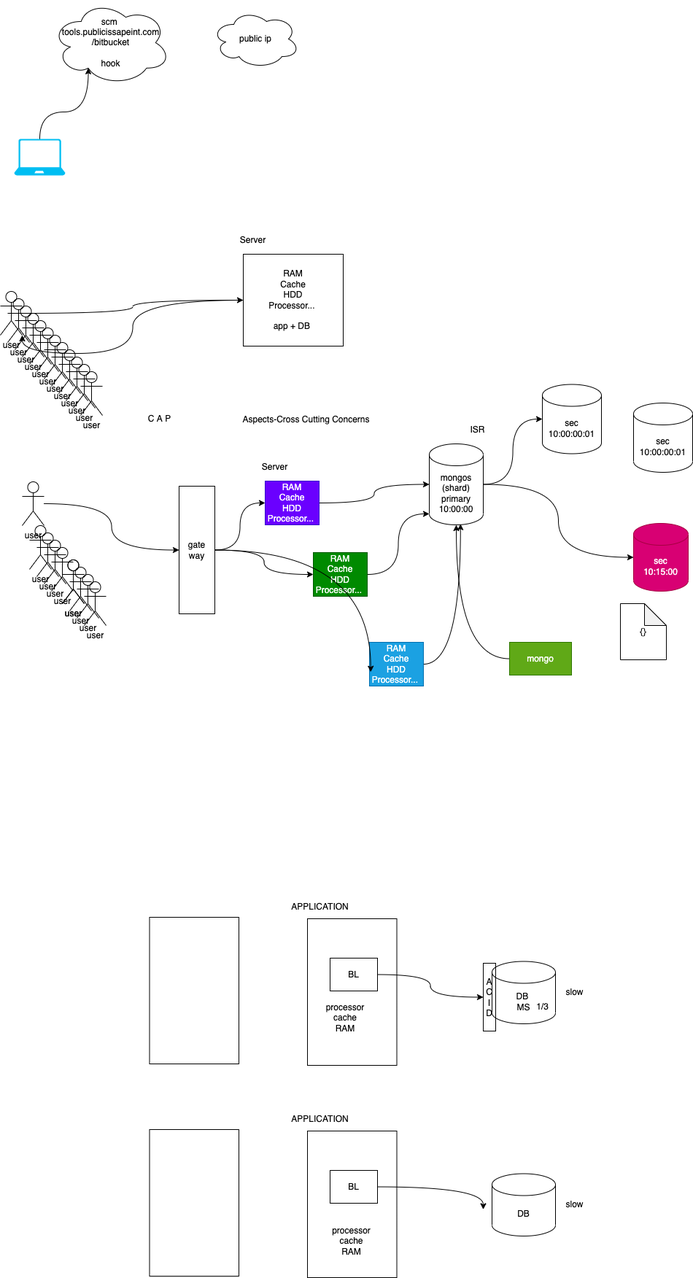
The draw.io diagram images/day3.drawio.png in adithnaveen/2022-jul-asde-jfs-sapient, before a commit. Source tidied: cells renumbered, new cells last; positions are measured from the earlier drawing's top-left corner, leaving out a move shared by most shapes. The source it was exported from:
```xml
<mxGraphModel>
  <root>
    <mxCell id="0" />
    <mxCell id="1" parent="0" />
    <mxCell id="2" value="scm&amp;nbsp;&lt;br&gt;tools.publicissapeint.com&lt;br&gt;/bitbucket&lt;br&gt;&lt;br&gt;hook&lt;br&gt;" style="ellipse;shape=cloud;whiteSpace=wrap;html=1;fillColor=none;" parent="1" vertex="1">
      <mxGeometry x="70" width="163" height="116" as="geometry" />
    </mxCell>
    <mxCell id="3" style="edgeStyle=orthogonalEdgeStyle;html=1;entryX=0.31;entryY=0.8;entryDx=0;entryDy=0;entryPerimeter=0;curved=1;" parent="1" edge="1" source="4" target="2">
      <mxGeometry relative="1" as="geometry" />
    </mxCell>
    <mxCell id="4" style="verticalLabelPosition=bottom;html=1;verticalAlign=top;align=center;strokeColor=none;fillColor=#00BEF2;shape=mxgraph.azure.laptop;" parent="1" vertex="1">
      <mxGeometry x="19" y="190" width="70" height="50" as="geometry" />
    </mxCell>
    <mxCell id="5" value="public ip" style="ellipse;shape=cloud;whiteSpace=wrap;html=1;fillColor=none;" parent="1" vertex="1">
      <mxGeometry x="290" y="13" width="120" height="80" as="geometry" />
    </mxCell>
    <mxCell id="6" style="edgeStyle=orthogonalEdgeStyle;curved=1;html=1;" parent="1" edge="1" source="7" target="9">
      <mxGeometry relative="1" as="geometry" />
    </mxCell>
    <mxCell id="7" value="user" style="shape=umlActor;verticalLabelPosition=bottom;verticalAlign=top;html=1;outlineConnect=0;fillColor=none;" parent="1" vertex="1">
      <mxGeometry y="399" width="30" height="60" as="geometry" />
    </mxCell>
    <mxCell id="8" style="edgeStyle=orthogonalEdgeStyle;curved=1;html=1;entryX=1;entryY=1;entryDx=0;entryDy=0;entryPerimeter=0;" parent="1" edge="1" source="9" target="7">
      <mxGeometry relative="1" as="geometry" />
    </mxCell>
    <mxCell id="9" value="RAM&lt;br&gt;Cache&lt;br&gt;HDD&lt;br&gt;Processor...&amp;nbsp;&lt;br&gt;&lt;br&gt;app + DB&amp;nbsp;" style="rounded=0;whiteSpace=wrap;html=1;fillColor=none;" parent="1" vertex="1">
      <mxGeometry x="333" y="348" width="137" height="126" as="geometry" />
    </mxCell>
    <mxCell id="10" value="Server" style="text;html=1;align=center;verticalAlign=middle;strokeColor=none;fillColor=none;" parent="1" vertex="1">
      <mxGeometry x="323" y="320" width="45" height="18" as="geometry" />
    </mxCell>
    <mxCell id="11" value="user" style="shape=umlActor;verticalLabelPosition=bottom;verticalAlign=top;html=1;fillColor=none;" parent="1" vertex="1">
      <mxGeometry x="10" y="409" width="30" height="60" as="geometry" />
    </mxCell>
    <mxCell id="12" value="user" style="shape=umlActor;verticalLabelPosition=bottom;verticalAlign=top;html=1;fillColor=none;" parent="1" vertex="1">
      <mxGeometry x="20" y="419" width="30" height="60" as="geometry" />
    </mxCell>
    <mxCell id="13" value="user" style="shape=umlActor;verticalLabelPosition=bottom;verticalAlign=top;html=1;fillColor=none;" parent="1" vertex="1">
      <mxGeometry x="30" y="429" width="30" height="60" as="geometry" />
    </mxCell>
    <mxCell id="14" value="user" style="shape=umlActor;verticalLabelPosition=bottom;verticalAlign=top;html=1;fillColor=none;" parent="1" vertex="1">
      <mxGeometry x="40" y="439" width="30" height="60" as="geometry" />
    </mxCell>
    <mxCell id="15" value="user" style="shape=umlActor;verticalLabelPosition=bottom;verticalAlign=top;html=1;fillColor=none;" parent="1" vertex="1">
      <mxGeometry x="50" y="449" width="30" height="60" as="geometry" />
    </mxCell>
    <mxCell id="16" value="user" style="shape=umlActor;verticalLabelPosition=bottom;verticalAlign=top;html=1;fillColor=none;" parent="1" vertex="1">
      <mxGeometry x="60" y="459" width="30" height="60" as="geometry" />
    </mxCell>
    <mxCell id="17" value="user" style="shape=umlActor;verticalLabelPosition=bottom;verticalAlign=top;html=1;fillColor=none;" parent="1" vertex="1">
      <mxGeometry x="70" y="469" width="30" height="60" as="geometry" />
    </mxCell>
    <mxCell id="18" value="user" style="shape=umlActor;verticalLabelPosition=bottom;verticalAlign=top;html=1;fillColor=none;" parent="1" vertex="1">
      <mxGeometry x="80" y="479" width="30" height="60" as="geometry" />
    </mxCell>
    <mxCell id="19" value="user" style="shape=umlActor;verticalLabelPosition=bottom;verticalAlign=top;html=1;fillColor=none;" parent="1" vertex="1">
      <mxGeometry x="90" y="489" width="30" height="60" as="geometry" />
    </mxCell>
    <mxCell id="20" value="user" style="shape=umlActor;verticalLabelPosition=bottom;verticalAlign=top;html=1;fillColor=none;" parent="1" vertex="1">
      <mxGeometry x="100" y="499" width="30" height="60" as="geometry" />
    </mxCell>
    <mxCell id="21" value="user" style="shape=umlActor;verticalLabelPosition=bottom;verticalAlign=top;html=1;fillColor=none;" parent="1" vertex="1">
      <mxGeometry x="110" y="509" width="30" height="60" as="geometry" />
    </mxCell>
    <mxCell id="22" style="edgeStyle=orthogonalEdgeStyle;curved=1;html=1;" parent="1" edge="1" source="23" target="43">
      <mxGeometry relative="1" as="geometry" />
    </mxCell>
    <mxCell id="23" value="user" style="shape=umlActor;verticalLabelPosition=bottom;verticalAlign=top;html=1;outlineConnect=0;fillColor=none;" parent="1" vertex="1">
      <mxGeometry x="30" y="660" width="30" height="60" as="geometry" />
    </mxCell>
    <mxCell id="24" style="edgeStyle=orthogonalEdgeStyle;curved=1;html=1;" parent="1" edge="1" source="25" target="46">
      <mxGeometry relative="1" as="geometry" />
    </mxCell>
    <mxCell id="25" value="RAM&lt;br&gt;Cache&lt;br&gt;HDD&lt;br&gt;Processor...&amp;nbsp;" style="rounded=0;whiteSpace=wrap;html=1;fillColor=#6a00ff;fontColor=#ffffff;strokeColor=#3700CC;" parent="1" vertex="1">
      <mxGeometry x="363" y="659" width="74" height="60" as="geometry" />
    </mxCell>
    <mxCell id="26" value="Server" style="text;html=1;align=center;verticalAlign=middle;strokeColor=none;fillColor=none;" parent="1" vertex="1">
      <mxGeometry x="353" y="631" width="45" height="18" as="geometry" />
    </mxCell>
    <mxCell id="27" value="user" style="shape=umlActor;verticalLabelPosition=bottom;verticalAlign=top;html=1;fillColor=none;" parent="1" vertex="1">
      <mxGeometry x="40" y="720" width="30" height="60" as="geometry" />
    </mxCell>
    <mxCell id="28" value="user" style="shape=umlActor;verticalLabelPosition=bottom;verticalAlign=top;html=1;fillColor=none;" parent="1" vertex="1">
      <mxGeometry x="50" y="730" width="30" height="60" as="geometry" />
    </mxCell>
    <mxCell id="29" value="user" style="shape=umlActor;verticalLabelPosition=bottom;verticalAlign=top;html=1;fillColor=none;" parent="1" vertex="1">
      <mxGeometry x="60" y="740" width="30" height="60" as="geometry" />
    </mxCell>
    <mxCell id="30" value="user" style="shape=umlActor;verticalLabelPosition=bottom;verticalAlign=top;html=1;fillColor=none;" parent="1" vertex="1">
      <mxGeometry x="70" y="750" width="30" height="60" as="geometry" />
    </mxCell>
    <mxCell id="31" value="user" style="shape=umlActor;verticalLabelPosition=bottom;verticalAlign=top;html=1;fillColor=none;" parent="1" vertex="1">
      <mxGeometry x="85" y="767" width="30" height="60" as="geometry" />
    </mxCell>
    <mxCell id="32" value="user" style="shape=umlActor;verticalLabelPosition=bottom;verticalAlign=top;html=1;fillColor=none;" parent="1" vertex="1">
      <mxGeometry x="85" y="767" width="30" height="60" as="geometry" />
    </mxCell>
    <mxCell id="33" value="user" style="shape=umlActor;verticalLabelPosition=bottom;verticalAlign=top;html=1;fillColor=none;" parent="1" vertex="1">
      <mxGeometry x="95" y="777" width="30" height="60" as="geometry" />
    </mxCell>
    <mxCell id="34" value="user" style="shape=umlActor;verticalLabelPosition=bottom;verticalAlign=top;html=1;fillColor=none;" parent="1" vertex="1">
      <mxGeometry x="105" y="787" width="30" height="60" as="geometry" />
    </mxCell>
    <mxCell id="35" value="user" style="shape=umlActor;verticalLabelPosition=bottom;verticalAlign=top;html=1;fillColor=none;" parent="1" vertex="1">
      <mxGeometry x="115" y="797" width="30" height="60" as="geometry" />
    </mxCell>
    <mxCell id="36" style="edgeStyle=orthogonalEdgeStyle;curved=1;html=1;entryX=0;entryY=1;entryDx=0;entryDy=-15;entryPerimeter=0;" parent="1" edge="1" source="37" target="46">
      <mxGeometry relative="1" as="geometry" />
    </mxCell>
    <mxCell id="37" value="RAM&lt;br&gt;Cache&lt;br&gt;HDD&lt;br&gt;Processor...&amp;nbsp;" style="rounded=0;whiteSpace=wrap;html=1;fillColor=#008a00;fontColor=#ffffff;strokeColor=#005700;" parent="1" vertex="1">
      <mxGeometry x="429" y="757" width="74" height="60" as="geometry" />
    </mxCell>
    <mxCell id="38" style="edgeStyle=orthogonalEdgeStyle;curved=1;html=1;entryX=0.578;entryY=0.989;entryDx=0;entryDy=0;entryPerimeter=0;" parent="1" edge="1" source="39" target="46">
      <mxGeometry relative="1" as="geometry" />
    </mxCell>
    <mxCell id="39" value="RAM&lt;br&gt;Cache&lt;br&gt;HDD&lt;br&gt;Processor...&amp;nbsp;" style="rounded=0;whiteSpace=wrap;html=1;fillColor=#1ba1e2;fontColor=#ffffff;strokeColor=#006EAF;" parent="1" vertex="1">
      <mxGeometry x="506" y="880" width="74" height="60" as="geometry" />
    </mxCell>
    <mxCell id="40" style="edgeStyle=orthogonalEdgeStyle;curved=1;html=1;" parent="1" edge="1" source="43" target="25">
      <mxGeometry relative="1" as="geometry" />
    </mxCell>
    <mxCell id="41" style="edgeStyle=orthogonalEdgeStyle;curved=1;html=1;" parent="1" edge="1" source="43" target="37">
      <mxGeometry relative="1" as="geometry" />
    </mxCell>
    <mxCell id="42" style="edgeStyle=orthogonalEdgeStyle;curved=1;html=1;entryX=0.023;entryY=0.679;entryDx=0;entryDy=0;entryPerimeter=0;" parent="1" edge="1" source="43" target="39">
      <mxGeometry relative="1" as="geometry" />
    </mxCell>
    <mxCell id="43" value="gate&lt;br&gt;way" style="rounded=0;whiteSpace=wrap;html=1;fillColor=none;" parent="1" vertex="1">
      <mxGeometry x="245" y="666" width="49" height="175" as="geometry" />
    </mxCell>
    <mxCell id="44" style="edgeStyle=orthogonalEdgeStyle;curved=1;html=1;" parent="1" edge="1" source="46" target="49">
      <mxGeometry relative="1" as="geometry" />
    </mxCell>
    <mxCell id="45" style="edgeStyle=orthogonalEdgeStyle;curved=1;html=1;" parent="1" edge="1" source="46" target="50">
      <mxGeometry relative="1" as="geometry" />
    </mxCell>
    <mxCell id="46" value="mongos&lt;br&gt;(shard)&lt;br&gt;primary&lt;br&gt;10:00:00" style="shape=cylinder3;whiteSpace=wrap;html=1;boundedLbl=1;backgroundOutline=1;size=15;fillColor=none;" parent="1" vertex="1">
      <mxGeometry x="588" y="608" width="74" height="111" as="geometry" />
    </mxCell>
    <mxCell id="47" value="Aspects-Cross Cutting Concerns" style="text;html=1;align=center;verticalAlign=middle;strokeColor=none;fillColor=none;" parent="1" vertex="1">
      <mxGeometry x="327" y="566" width="184" height="18" as="geometry" />
    </mxCell>
    <mxCell id="48" value="C A P" style="text;html=1;align=center;verticalAlign=middle;strokeColor=none;fillColor=none;" parent="1" vertex="1">
      <mxGeometry x="198" y="565" width="40" height="18" as="geometry" />
    </mxCell>
    <mxCell id="49" value="sec&lt;br&gt;10:00:00:01" style="shape=cylinder3;whiteSpace=wrap;html=1;boundedLbl=1;backgroundOutline=1;size=15;fillColor=none;" parent="1" vertex="1">
      <mxGeometry x="743" y="526.5" width="81" height="95" as="geometry" />
    </mxCell>
    <mxCell id="50" value="sec&lt;br&gt;10:15:00" style="shape=cylinder3;whiteSpace=wrap;html=1;boundedLbl=1;backgroundOutline=1;size=15;fillColor=#d80073;fontColor=#ffffff;strokeColor=#A50040;" parent="1" vertex="1">
      <mxGeometry x="868" y="717" width="75" height="93" as="geometry" />
    </mxCell>
    <mxCell id="51" value="ISR" style="text;html=1;align=center;verticalAlign=middle;strokeColor=none;fillColor=none;" parent="1" vertex="1">
      <mxGeometry x="639" y="580" width="30" height="18" as="geometry" />
    </mxCell>
    <mxCell id="52" style="rounded=0;whiteSpace=wrap;html=1;fillColor=none;" parent="1" vertex="1">
      <mxGeometry x="204.5" y="1257" width="122.5" height="201" as="geometry" />
    </mxCell>
    <mxCell id="53" style="rounded=0;whiteSpace=wrap;html=1;fillColor=none;" parent="1" vertex="1">
      <mxGeometry x="421" y="1259" width="122.5" height="201" as="geometry" />
    </mxCell>
    <mxCell id="54" value="DB &lt;br&gt;MS" style="shape=cylinder3;whiteSpace=wrap;html=1;boundedLbl=1;backgroundOutline=1;size=15;fillColor=none;" parent="1" vertex="1">
      <mxGeometry x="674" y="1317.5" width="87" height="85.5" as="geometry" />
    </mxCell>
    <mxCell id="55" value="A&lt;br&gt;C&lt;br&gt;I&lt;br&gt;D" style="rounded=0;whiteSpace=wrap;html=1;fillColor=none;" parent="1" vertex="1">
      <mxGeometry x="662" y="1320" width="17" height="93" as="geometry" />
    </mxCell>
    <mxCell id="56" value="APPLICATION" style="text;html=1;align=center;verticalAlign=middle;strokeColor=none;fillColor=none;" parent="1" vertex="1">
      <mxGeometry x="393" y="1234" width="89" height="18" as="geometry" />
    </mxCell>
    <mxCell id="57" style="edgeStyle=orthogonalEdgeStyle;curved=1;html=1;entryX=0;entryY=0.5;entryDx=0;entryDy=0;" parent="1" edge="1" source="58" target="55">
      <mxGeometry relative="1" as="geometry" />
    </mxCell>
    <mxCell id="58" value="BL" style="rounded=0;whiteSpace=wrap;html=1;fillColor=none;" parent="1" vertex="1">
      <mxGeometry x="452" y="1313" width="65" height="45" as="geometry" />
    </mxCell>
    <mxCell id="59" value="slow" style="text;html=1;align=center;verticalAlign=middle;strokeColor=none;fillColor=none;" parent="1" vertex="1">
      <mxGeometry x="770" y="1351" width="34" height="18" as="geometry" />
    </mxCell>
    <mxCell id="60" value="processor&lt;br&gt;cache&lt;br&gt;RAM" style="text;html=1;strokeColor=none;fillColor=none;align=center;verticalAlign=middle;whiteSpace=wrap;rounded=0;" parent="1" vertex="1">
      <mxGeometry x="443" y="1380" width="60" height="30" as="geometry" />
    </mxCell>
    <mxCell id="61" value="1/3" style="text;html=1;align=center;verticalAlign=middle;strokeColor=none;fillColor=none;" parent="1" vertex="1">
      <mxGeometry x="729" y="1371" width="27" height="18" as="geometry" />
    </mxCell>
    <mxCell id="62" style="rounded=0;whiteSpace=wrap;html=1;fillColor=none;" parent="1" vertex="1">
      <mxGeometry x="204.5" y="1548" width="122.5" height="201" as="geometry" />
    </mxCell>
    <mxCell id="63" style="rounded=0;whiteSpace=wrap;html=1;fillColor=none;" parent="1" vertex="1">
      <mxGeometry x="421" y="1550" width="122.5" height="201" as="geometry" />
    </mxCell>
    <mxCell id="64" value="DB" style="shape=cylinder3;whiteSpace=wrap;html=1;boundedLbl=1;backgroundOutline=1;size=15;fillColor=none;" parent="1" vertex="1">
      <mxGeometry x="674" y="1608.5" width="87" height="85.5" as="geometry" />
    </mxCell>
    <mxCell id="65" value="APPLICATION" style="text;html=1;align=center;verticalAlign=middle;strokeColor=none;fillColor=none;" parent="1" vertex="1">
      <mxGeometry x="393" y="1525" width="89" height="18" as="geometry" />
    </mxCell>
    <mxCell id="66" style="edgeStyle=orthogonalEdgeStyle;curved=1;html=1;entryX=0;entryY=0.5;entryDx=0;entryDy=0;" parent="1" edge="1" source="67">
      <mxGeometry relative="1" as="geometry">
        <mxPoint x="662" y="1657.5" as="targetPoint" />
      </mxGeometry>
    </mxCell>
    <mxCell id="67" value="BL" style="rounded=0;whiteSpace=wrap;html=1;fillColor=none;" parent="1" vertex="1">
      <mxGeometry x="452" y="1604" width="65" height="45" as="geometry" />
    </mxCell>
    <mxCell id="68" value="slow" style="text;html=1;align=center;verticalAlign=middle;strokeColor=none;fillColor=none;" parent="1" vertex="1">
      <mxGeometry x="770" y="1642" width="34" height="18" as="geometry" />
    </mxCell>
    <mxCell id="69" value="processor&lt;br&gt;cache&lt;br&gt;RAM" style="text;html=1;strokeColor=none;fillColor=none;align=center;verticalAlign=middle;whiteSpace=wrap;rounded=0;" parent="1" vertex="1">
      <mxGeometry x="443" y="1671" width="77" height="59" as="geometry" />
    </mxCell>
    <mxCell id="70" style="edgeStyle=orthogonalEdgeStyle;curved=1;html=1;" parent="1" edge="1" source="71" target="46">
      <mxGeometry relative="1" as="geometry" />
    </mxCell>
    <mxCell id="71" value="mongo" style="rounded=0;whiteSpace=wrap;html=1;fillColor=#60a917;fontColor=#ffffff;strokeColor=#2D7600;" parent="1" vertex="1">
      <mxGeometry x="698" y="880" width="85" height="45" as="geometry" />
    </mxCell>
    <mxCell id="72" value="sec&lt;br&gt;10:00:00:01" style="shape=cylinder3;whiteSpace=wrap;html=1;boundedLbl=1;backgroundOutline=1;size=15;fillColor=none;" parent="1" vertex="1">
      <mxGeometry x="868" y="552" width="81" height="95" as="geometry" />
    </mxCell>
    <mxCell id="73" value="{}" style="shape=note;whiteSpace=wrap;html=1;backgroundOutline=1;darkOpacity=0.05;fillColor=none;" parent="1" vertex="1">
      <mxGeometry x="850" y="827" width="63" height="77" as="geometry" />
    </mxCell>
  </root>
</mxGraphModel>
```
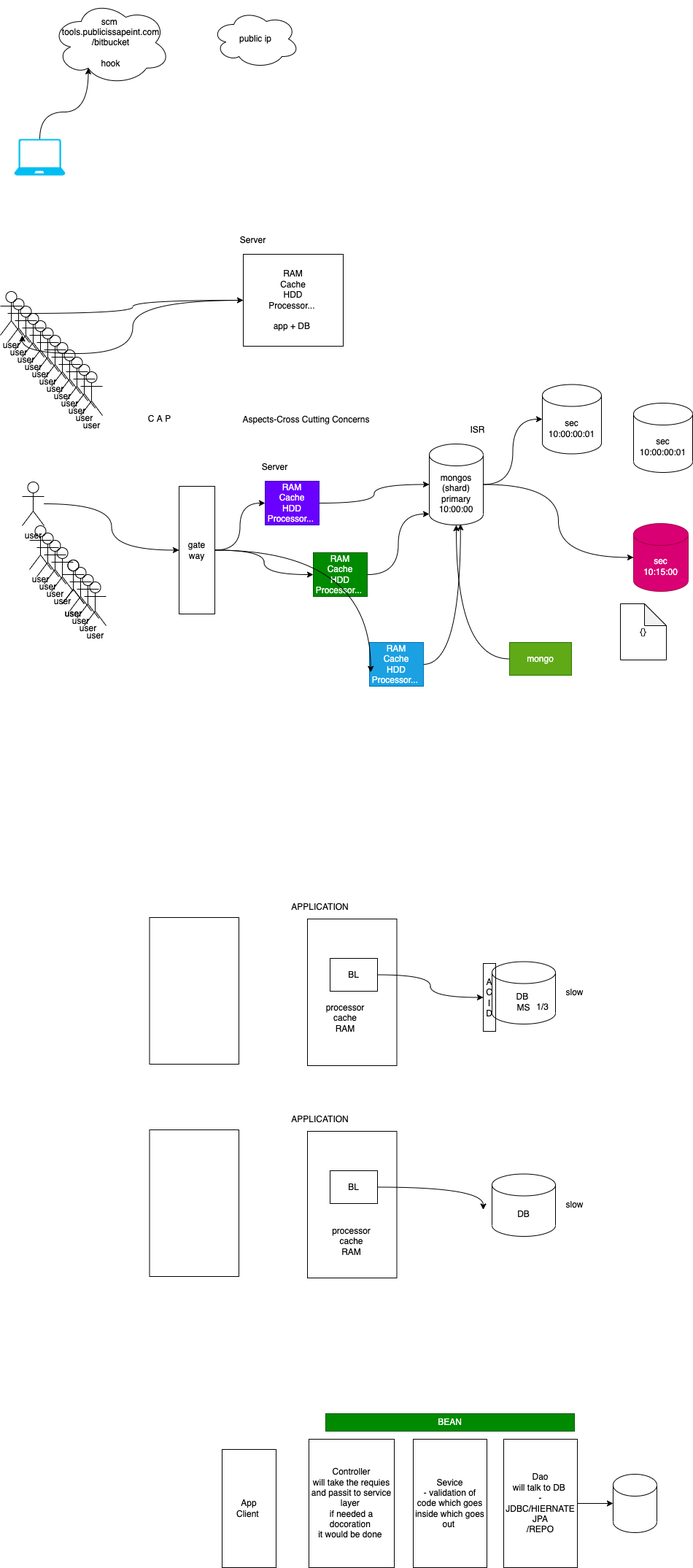
The same diagram one commit later.

Diff of the diagram source:
```diff
@@ -220,5 +220,26 @@
     <mxCell id="73" value="{}" style="shape=note;whiteSpace=wrap;html=1;backgroundOutline=1;darkOpacity=0.05;fillColor=none;" parent="1" vertex="1">
       <mxGeometry x="850" y="827" width="63" height="77" as="geometry" />
     </mxCell>
+    <mxCell id="74" value="Controller&lt;br&gt;will take the requies and passit to service layer&amp;nbsp;&lt;br&gt;if needed a docoration&amp;nbsp;&lt;br&gt;it would be done&amp;nbsp;" style="rounded=0;whiteSpace=wrap;html=1;" parent="1" vertex="1">
+      <mxGeometry x="423" y="1972" width="117" height="176" as="geometry" />
+    </mxCell>
+    <mxCell id="75" value="Sevice&lt;br&gt;- validation of code which goes inside which goes out&amp;nbsp;" style="rounded=0;whiteSpace=wrap;html=1;" parent="1" vertex="1">
+      <mxGeometry x="566" y="1972" width="101" height="176" as="geometry" />
+    </mxCell>
+    <mxCell id="76" style="edgeStyle=none;html=1;" parent="1" edge="1" source="77" target="80">
+      <mxGeometry relative="1" as="geometry" />
+    </mxCell>
+    <mxCell id="77" value="Dao&lt;br&gt;will talk to DB&amp;nbsp;&lt;br&gt;- JDBC/HIERNATE&lt;br&gt;JPA&lt;br&gt;/REPO" style="rounded=0;whiteSpace=wrap;html=1;" parent="1" vertex="1">
+      <mxGeometry x="690" y="1972" width="101" height="176" as="geometry" />
+    </mxCell>
+    <mxCell id="78" value="BEAN" style="rounded=0;whiteSpace=wrap;html=1;fillColor=#008a00;fontColor=#ffffff;strokeColor=#005700;" parent="1" vertex="1">
+      <mxGeometry x="446" y="1937" width="341" height="24" as="geometry" />
+    </mxCell>
+    <mxCell id="79" value="App&lt;br&gt;Client&amp;nbsp;" style="rounded=0;whiteSpace=wrap;html=1;" parent="1" vertex="1">
+      <mxGeometry x="304" y="1986" width="74" height="162" as="geometry" />
+    </mxCell>
+    <mxCell id="80" style="shape=cylinder3;whiteSpace=wrap;html=1;boundedLbl=1;backgroundOutline=1;size=15;" parent="1" vertex="1">
+      <mxGeometry x="840" y="2020" width="60" height="80" as="geometry" />
+    </mxCell>
   </root>
 </mxGraphModel>
```
